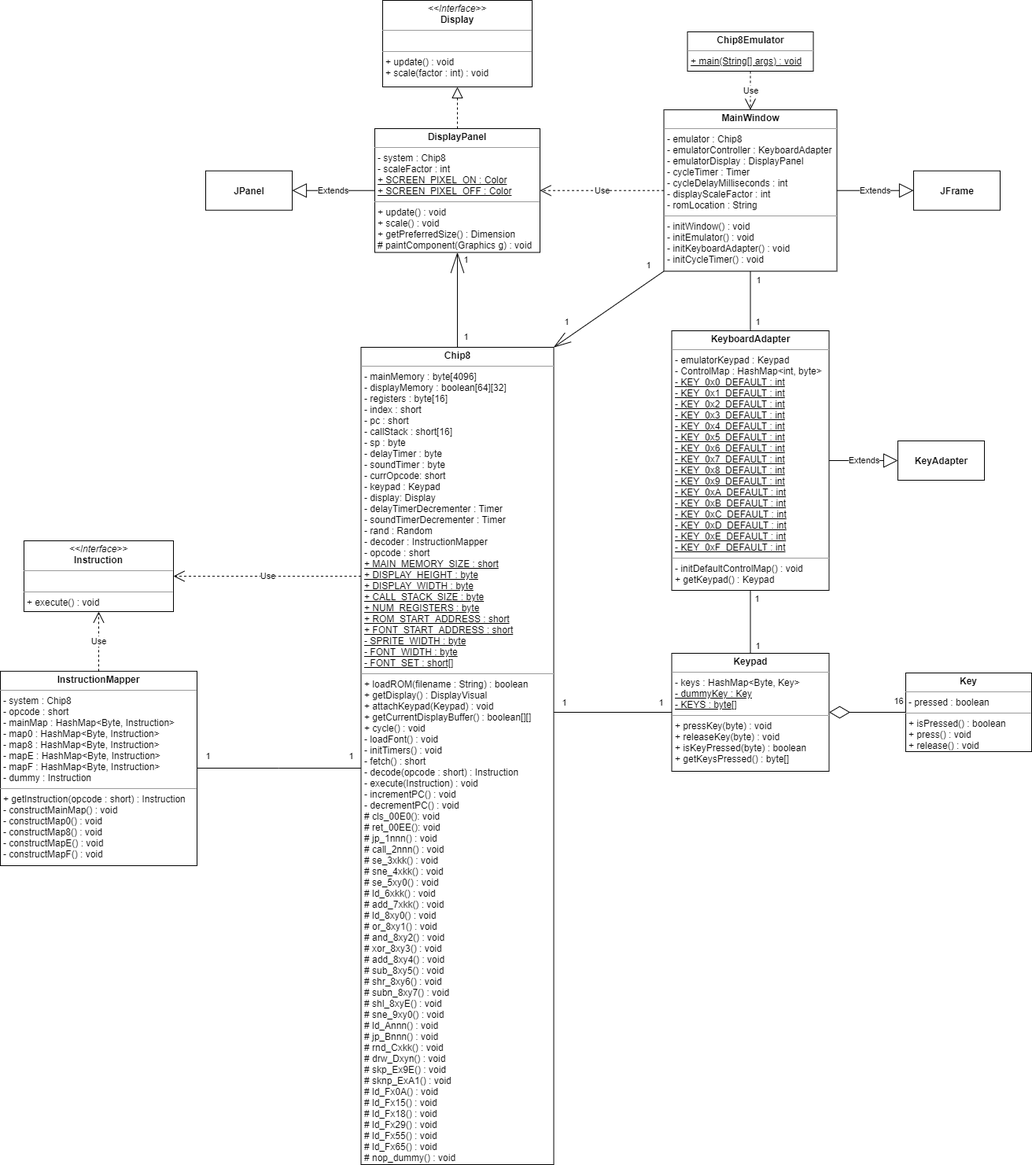
The draw.io diagram diagrams/ClassDiagram.png in Pokepeople02/Chip8, before a commit. Source tidied: cells renumbered, new cells last; positions are measured from the earlier drawing's top-left corner, leaving out a move shared by most shapes.
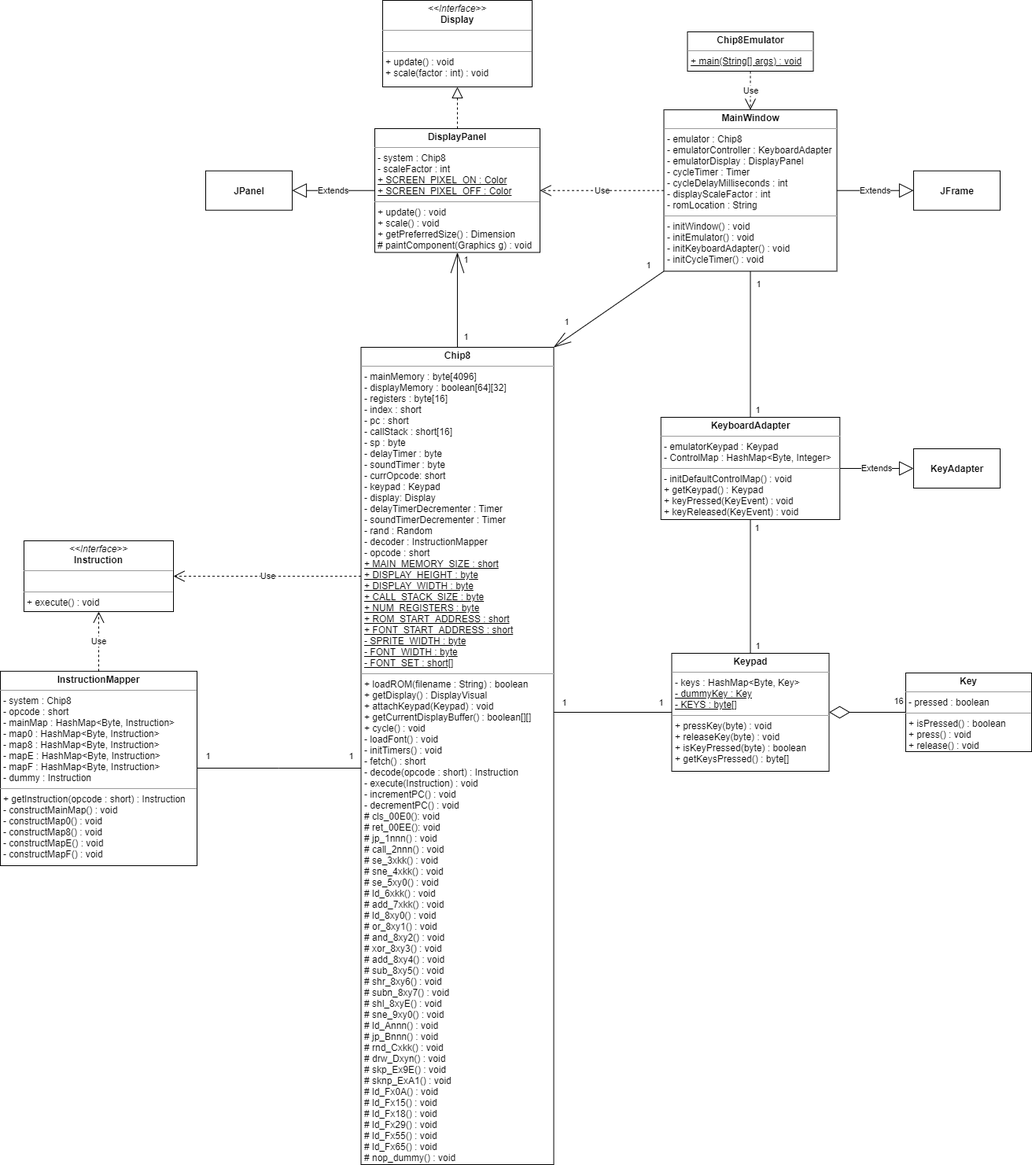
After the change.

Commit message:
Added KeyPressed and keyReleased methods to KeyboardAdapter

What changed in the source:
```diff
@@ -61,12 +61,12 @@
     </mxCell>
     <mxCell id="17" value="1" style="edgeLabel;html=1;align=center;verticalAlign=middle;" parent="16" vertex="1">
       <mxGeometry x="-0.73" relative="1" as="geometry">
-        <mxPoint x="10" y="1.7" as="offset" />
+        <mxPoint x="10" y="-9.3" as="offset" />
       </mxGeometry>
     </mxCell>
     <mxCell id="18" value="1" style="edgeLabel;html=1;align=center;verticalAlign=middle;" parent="16" vertex="1">
       <mxGeometry x="0.69" relative="1" as="geometry">
-        <mxPoint x="8.9" y="0.7" as="offset" />
+        <mxPoint x="8.9" y="18.7" as="offset" />
       </mxGeometry>
     </mxCell>
     <mxCell id="19" value="&lt;p style=&quot;margin: 0px ; margin-top: 4px ; text-align: center&quot;&gt;&lt;b&gt;MainWindow&lt;/b&gt;&lt;/p&gt;&lt;hr size=&quot;1&quot;&gt;&lt;p style=&quot;margin: 0px ; margin-left: 4px&quot;&gt;&lt;span&gt;- emulator : Chip8&lt;/span&gt;&lt;/p&gt;&lt;p style=&quot;margin: 0px ; margin-left: 4px&quot;&gt;&lt;span&gt;- emulatorController : KeyboardAdapter&lt;/span&gt;&lt;/p&gt;&lt;p style=&quot;margin: 0px ; margin-left: 4px&quot;&gt;&lt;span&gt;- emulatorDisplay : DisplayPanel&lt;/span&gt;&lt;/p&gt;&lt;p style=&quot;margin: 0px ; margin-left: 4px&quot;&gt;&lt;span&gt;- cycleTimer : Timer&lt;/span&gt;&lt;/p&gt;&lt;p style=&quot;margin: 0px ; margin-left: 4px&quot;&gt;&lt;span&gt;- cycleDelayMilliseconds : int&lt;/span&gt;&lt;/p&gt;&lt;p style=&quot;margin: 0px ; margin-left: 4px&quot;&gt;&lt;span&gt;- displayScaleFactor : int&lt;/span&gt;&lt;/p&gt;&lt;p style=&quot;margin: 0px ; margin-left: 4px&quot;&gt;&lt;span&gt;- romLocation : String&lt;/span&gt;&lt;/p&gt;&lt;hr size=&quot;1&quot;&gt;&lt;p style=&quot;margin: 0px ; margin-left: 4px&quot;&gt;- initWindow() : void&lt;/p&gt;&lt;p style=&quot;margin: 0px ; margin-left: 4px&quot;&gt;- initEmulator() : void&lt;/p&gt;&lt;p style=&quot;margin: 0px ; margin-left: 4px&quot;&gt;- initKeyboardAdapter() : void&lt;/p&gt;&lt;p style=&quot;margin: 0px ; margin-left: 4px&quot;&gt;- initCycleTimer() : void&lt;/p&gt;" style="verticalAlign=top;align=left;overflow=fill;fontSize=12;fontFamily=Helvetica;html=1;" parent="1" vertex="1">
@@ -111,19 +111,19 @@
     </mxCell>
     <mxCell id="31" value="1" style="edgeLabel;html=1;align=center;verticalAlign=middle;" parent="30" vertex="1">
       <mxGeometry x="0.5" y="3" relative="1" as="geometry">
-        <mxPoint x="5.7" y="10" as="offset" />
+        <mxPoint x="5.7" y="32" as="offset" />
       </mxGeometry>
     </mxCell>
     <mxCell id="32" value="1" style="edgeLabel;html=1;align=center;verticalAlign=middle;" parent="30" vertex="1">
       <mxGeometry x="-0.6" y="2" relative="1" as="geometry">
-        <mxPoint x="5.5" y="-6" as="offset" />
+        <mxPoint x="5.5" y="-24" as="offset" />
       </mxGeometry>
     </mxCell>
-    <mxCell id="33" value="&lt;p style=&quot;margin: 0px ; margin-top: 4px ; text-align: center&quot;&gt;&lt;b&gt;KeyboardAdapter&lt;/b&gt;&lt;/p&gt;&lt;hr size=&quot;1&quot;&gt;&lt;p style=&quot;margin: 0px ; margin-left: 4px&quot;&gt;- emulatorKeypad : Keypad&lt;/p&gt;&lt;p style=&quot;margin: 0px ; margin-left: 4px&quot;&gt;- ControlMap : HashMap&amp;lt;int, byte&amp;gt;&lt;/p&gt;&lt;p style=&quot;margin: 0px ; margin-left: 4px&quot;&gt;&lt;u&gt;- KEY_0x0_DEFAULT : int&lt;/u&gt;&lt;/p&gt;&lt;p style=&quot;margin: 0px ; margin-left: 4px&quot;&gt;&lt;u&gt;- KEY_0x1_DEFAULT : int&lt;br&gt;&lt;/u&gt;&lt;/p&gt;&lt;p style=&quot;margin: 0px ; margin-left: 4px&quot;&gt;&lt;u&gt;- KEY_0x2_DEFAULT : int&lt;br&gt;&lt;/u&gt;&lt;/p&gt;&lt;p style=&quot;margin: 0px ; margin-left: 4px&quot;&gt;&lt;u&gt;- KEY_0x3_DEFAULT : int&lt;br&gt;&lt;/u&gt;&lt;/p&gt;&lt;p style=&quot;margin: 0px ; margin-left: 4px&quot;&gt;&lt;u&gt;- KEY_0x4_DEFAULT : int&lt;br&gt;&lt;/u&gt;&lt;/p&gt;&lt;p style=&quot;margin: 0px ; margin-left: 4px&quot;&gt;&lt;u&gt;- KEY_0x5_DEFAULT : int&lt;br&gt;&lt;/u&gt;&lt;/p&gt;&lt;p style=&quot;margin: 0px ; margin-left: 4px&quot;&gt;&lt;u&gt;- KEY_0x6_DEFAULT : int&lt;br&gt;&lt;/u&gt;&lt;/p&gt;&lt;p style=&quot;margin: 0px ; margin-left: 4px&quot;&gt;&lt;u&gt;- KEY_0x7_DEFAULT : int&lt;br&gt;&lt;/u&gt;&lt;/p&gt;&lt;p style=&quot;margin: 0px ; margin-left: 4px&quot;&gt;&lt;u&gt;- KEY_0x8_DEFAULT : int&lt;br&gt;&lt;/u&gt;&lt;/p&gt;&lt;p style=&quot;margin: 0px ; margin-left: 4px&quot;&gt;&lt;u&gt;- KEY_0x9_DEFAULT : int&lt;br&gt;&lt;/u&gt;&lt;/p&gt;&lt;p style=&quot;margin: 0px ; margin-left: 4px&quot;&gt;&lt;u&gt;- KEY_0xA_DEFAULT : int&lt;br&gt;&lt;/u&gt;&lt;/p&gt;&lt;p style=&quot;margin: 0px ; margin-left: 4px&quot;&gt;&lt;u&gt;- KEY_0xB_DEFAULT : int&lt;br&gt;&lt;/u&gt;&lt;/p&gt;&lt;p style=&quot;margin: 0px ; margin-left: 4px&quot;&gt;&lt;u&gt;- KEY_0xC_DEFAULT : int&lt;br&gt;&lt;/u&gt;&lt;/p&gt;&lt;p style=&quot;margin: 0px ; margin-left: 4px&quot;&gt;&lt;u&gt;- KEY_0xD_DEFAULT : int&lt;br&gt;&lt;/u&gt;&lt;/p&gt;&lt;p style=&quot;margin: 0px ; margin-left: 4px&quot;&gt;&lt;u&gt;- KEY_0xE_DEFAULT : int&lt;br&gt;&lt;/u&gt;&lt;/p&gt;&lt;p style=&quot;margin: 0px ; margin-left: 4px&quot;&gt;&lt;u&gt;- KEY_0xF_DEFAULT : int&lt;/u&gt;&lt;br&gt;&lt;/p&gt;&lt;hr size=&quot;1&quot;&gt;&lt;p style=&quot;margin: 0px ; margin-left: 4px&quot;&gt;- initDefaultControlMap() : void&lt;/p&gt;&lt;p style=&quot;margin: 0px ; margin-left: 4px&quot;&gt;+ getKeypad() : Keypad&lt;/p&gt;" style="verticalAlign=top;align=left;overflow=fill;fontSize=12;fontFamily=Helvetica;html=1;" parent="1" vertex="1">
-      <mxGeometry x="853.5" y="420" width="200" height="330" as="geometry" />
+    <mxCell id="33" value="&lt;p style=&quot;margin: 0px ; margin-top: 4px ; text-align: center&quot;&gt;&lt;b&gt;KeyboardAdapter&lt;/b&gt;&lt;/p&gt;&lt;hr size=&quot;1&quot;&gt;&lt;p style=&quot;margin: 0px ; margin-left: 4px&quot;&gt;- emulatorKeypad : Keypad&lt;/p&gt;&lt;p style=&quot;margin: 0px ; margin-left: 4px&quot;&gt;- ControlMap : HashMap&amp;lt;Byte, Integer&amp;gt;&lt;/p&gt;&lt;hr size=&quot;1&quot;&gt;&lt;p style=&quot;margin: 0px ; margin-left: 4px&quot;&gt;- initDefaultControlMap() : void&lt;/p&gt;&lt;p style=&quot;margin: 0px ; margin-left: 4px&quot;&gt;+ getKeypad() : Keypad&lt;/p&gt;&lt;p style=&quot;margin: 0px ; margin-left: 4px&quot;&gt;+ keyPressed(KeyEvent) : void&lt;/p&gt;&lt;p style=&quot;margin: 0px ; margin-left: 4px&quot;&gt;+ keyReleased(KeyEvent) : void&lt;/p&gt;" style="verticalAlign=top;align=left;overflow=fill;fontSize=12;fontFamily=Helvetica;html=1;" parent="1" vertex="1">
+      <mxGeometry x="839.8" y="530" width="227.5" height="130" as="geometry" />
     </mxCell>
     <mxCell id="34" value="KeyAdapter" style="html=1;fontStyle=1;" parent="1" vertex="1">
-      <mxGeometry x="1141" y="560" width="110" height="50" as="geometry" />
+      <mxGeometry x="1161" y="570" width="110" height="50" as="geometry" />
     </mxCell>
     <mxCell id="35" value="Extends" style="endArrow=block;endSize=16;endFill=0;html=1;" parent="1" edge="1" source="33" target="34">
       <mxGeometry relative="1" as="geometry" />
```
